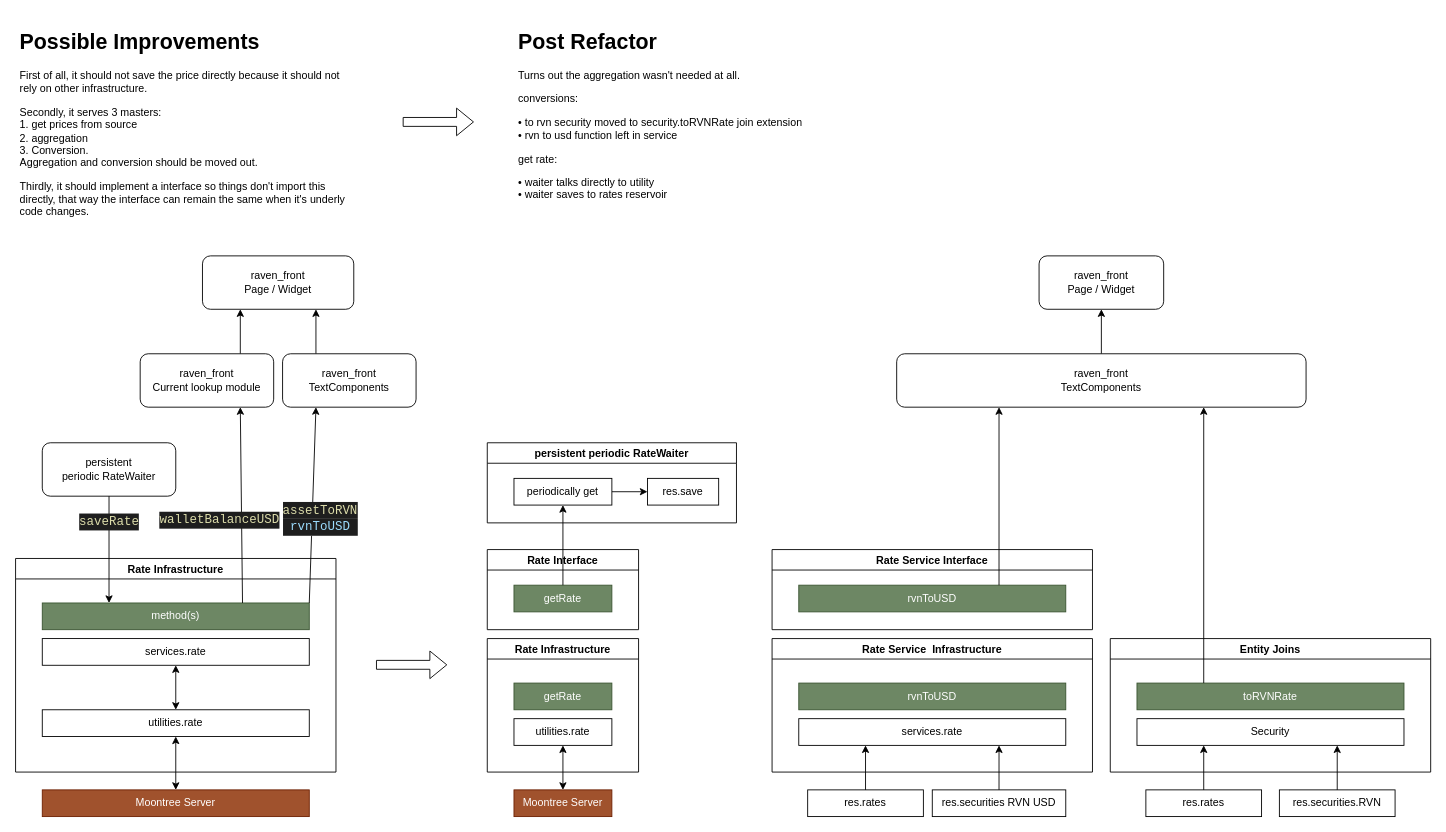
This is raven_back/docs/diagrams/architecture/interface upgrade proposal.drawio from moontreeapp/moontree, a draw.io file, before an edit. Source tidied: cells renumbered, new cells numbered last; positions are measured from the earlier drawing's top-left corner, leaving out a move shared by most shapes. Both pictures are drawn from the tidied source at 89%, with x=0, y=0 at pixel (15, 24).
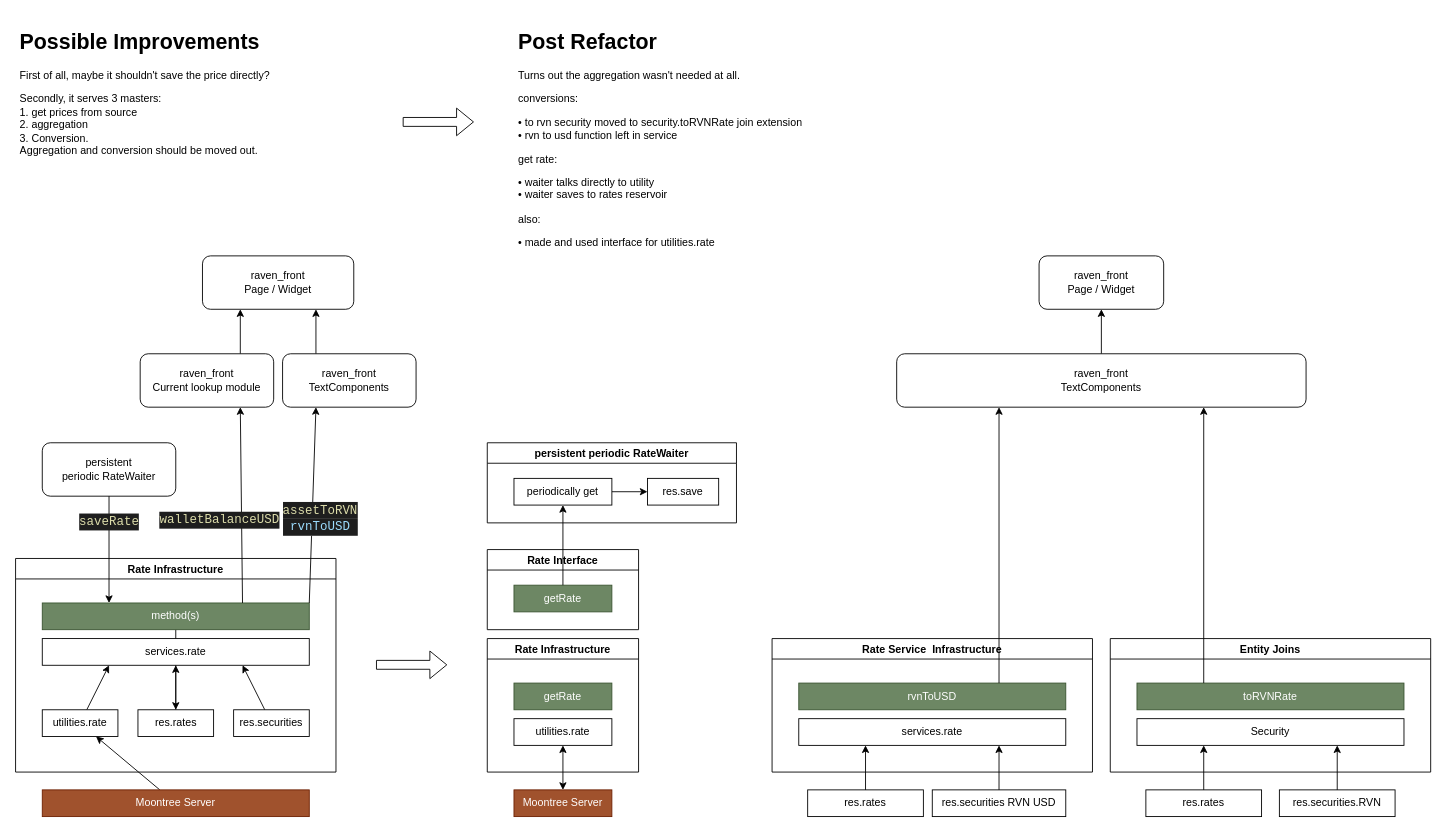
Above is the later version.

Unchanged cells that the change refers to:
```xml
<mxCell id="2" value="Rate Infrastructure" style="swimlane;" parent="1" vertex="1">
  <mxGeometry y="600" width="360" height="240" as="geometry" />
</mxCell>
<mxCell id="3" value="method(s)" style="rounded=0;whiteSpace=wrap;html=1;fillColor=#6d8764;fontColor=#ffffff;strokeColor=#3A5431;" parent="2" vertex="1">
  <mxGeometry x="30" y="50" width="300" height="30" as="geometry" />
</mxCell>
<mxCell id="4" value="services.rate" style="rounded=0;whiteSpace=wrap;html=1;" parent="2" vertex="1">
  <mxGeometry x="30" y="90" width="300" height="30" as="geometry" />
</mxCell>
<mxCell id="7" value="Moontree Server" style="rounded=0;whiteSpace=wrap;html=1;fillColor=#a0522d;fontColor=#ffffff;strokeColor=#6D1F00;" parent="1" vertex="1">
  <mxGeometry x="30" y="860" width="300" height="30" as="geometry" />
</mxCell>
<mxCell id="37" value="raven_front&lt;br&gt;TextComponents" style="rounded=1;whiteSpace=wrap;html=1;" parent="1" vertex="1">
  <mxGeometry x="990" y="370" width="460" height="60" as="geometry" />
</mxCell>
<mxCell id="40" value="rvnToUSD" style="rounded=0;whiteSpace=wrap;html=1;fillColor=#6d8764;fontColor=#ffffff;strokeColor=#3A5431;" parent="39" vertex="1">
  <mxGeometry x="30" y="50" width="300" height="30" as="geometry" />
</mxCell>
```

Change to the diagram source:
```diff
@@
+    <mxCell id="60" style="edgeStyle=none;html=1;" parent="2" edge="1" source="3" target="62">
+      <mxGeometry relative="1" as="geometry" />
+    </mxCell>
@@
-    <mxCell id="5" style="edgeStyle=none;html=1;entryX=0.5;entryY=1;entryDx=0;entryDy=0;startArrow=classic;startFill=1;" parent="2" edge="1" source="6" target="4">
+    <mxCell id="5" style="edgeStyle=none;html=1;entryX=0.25;entryY=1;entryDx=0;entryDy=0;" parent="2" edge="1" source="6" target="4">
       <mxGeometry relative="1" as="geometry" />
     </mxCell>
     <mxCell id="6" value="utilities.rate" style="rounded=0;whiteSpace=wrap;html=1;" parent="2" vertex="1">
-      <mxGeometry x="30" y="170" width="300" height="30" as="geometry" />
+      <mxGeometry x="30" y="170" width="85" height="30" as="geometry" />
     </mxCell>
+    <mxCell id="61" style="edgeStyle=none;html=1;entryX=0.5;entryY=1;entryDx=0;entryDy=0;" parent="2" edge="1" source="62" target="4">
+      <mxGeometry relative="1" as="geometry" />
+    </mxCell>
+    <mxCell id="62" value="res.rates" style="rounded=0;whiteSpace=wrap;html=1;" parent="2" vertex="1">
+      <mxGeometry x="137.5" y="170" width="85" height="30" as="geometry" />
+    </mxCell>
+    <mxCell id="63" style="edgeStyle=none;html=1;entryX=0.75;entryY=1;entryDx=0;entryDy=0;" parent="2" edge="1" source="64" target="4">
+      <mxGeometry relative="1" as="geometry" />
+    </mxCell>
+    <mxCell id="64" value="res.securities" style="rounded=0;whiteSpace=wrap;html=1;" parent="2" vertex="1">
+      <mxGeometry x="245" y="170" width="85" height="30" as="geometry" />
+    </mxCell>
+    <mxCell id="65" style="edgeStyle=none;html=1;" parent="1" edge="1" source="7" target="6">
+      <mxGeometry relative="1" as="geometry" />
+    </mxCell>
@@
-    <mxCell id="8" style="edgeStyle=none;html=1;startArrow=classic;startFill=1;" parent="1" edge="1" source="6" target="7">
-      <mxGeometry relative="1" as="geometry" />
-    </mxCell>
@@
-    <mxCell id="22" value="&lt;h1&gt;Possible Improvements&lt;/h1&gt;&lt;p&gt;First of all, it should not save the price directly because it should not rely on other infrastructure.&amp;nbsp;&lt;/p&gt;&lt;p&gt;&lt;span&gt;Secondly, it serves 3 masters: &lt;br&gt;1. get prices from source &lt;br&gt;2. aggregation &lt;br&gt;3. Conversion.&lt;br&gt;Aggregation and conversion should be moved out.&lt;/span&gt;&lt;br&gt;&lt;/p&gt;&lt;p&gt;Thirdly, it should implement a interface so things don't import this directly, that way the interface can remain the same when it's underly code changes.&lt;br&gt;&lt;/p&gt;" style="text;html=1;strokeColor=none;fillColor=none;spacing=5;spacingTop=-20;whiteSpace=wrap;overflow=hidden;rounded=0;" parent="1" vertex="1">
+    <mxCell id="22" value="&lt;h1&gt;Possible Improvements&lt;/h1&gt;&lt;p&gt;First of all, maybe it shouldn't save the price directly?&amp;nbsp;&lt;/p&gt;&lt;p&gt;&lt;span&gt;Secondly, it serves 3 masters: &lt;br&gt;1. get prices from source &lt;br&gt;2. aggregation &lt;br&gt;3. Conversion.&lt;br&gt;Aggregation and conversion should be moved out.&lt;/span&gt;&lt;br&gt;&lt;/p&gt;&lt;p&gt;&lt;br&gt;&lt;/p&gt;" style="text;html=1;strokeColor=none;fillColor=none;spacing=5;spacingTop=-20;whiteSpace=wrap;overflow=hidden;rounded=0;" parent="1" vertex="1">
       <mxGeometry width="390" height="230" as="geometry" />
     </mxCell>
@@
-    <mxCell id="29" value="Rate Service Interface" style="swimlane;" parent="1" vertex="1">
-      <mxGeometry x="850" y="590" width="360" height="90" as="geometry" />
-    </mxCell>
-    <mxCell id="30" value="rvnToUSD" style="rounded=0;whiteSpace=wrap;html=1;fillColor=#6d8764;fontColor=#ffffff;strokeColor=#3A5431;" parent="29" vertex="1">
-      <mxGeometry x="30" y="40" width="300" height="30" as="geometry" />
-    </mxCell>
@@
-    <mxCell id="42" style="edgeStyle=none;html=1;entryX=0.25;entryY=1;entryDx=0;entryDy=0;exitX=0.75;exitY=0;exitDx=0;exitDy=0;" parent="1" edge="1" source="30" target="37">
+    <mxCell id="42" style="edgeStyle=none;html=1;entryX=0.25;entryY=1;entryDx=0;entryDy=0;exitX=0.75;exitY=0;exitDx=0;exitDy=0;" parent="1" edge="1" source="40" target="37">
       <mxGeometry relative="1" as="geometry" />
     </mxCell>
@@
-    <mxCell id="58" value="&lt;h1&gt;Post Refactor&lt;/h1&gt;&lt;p&gt;&lt;span&gt;Turns out the aggregation wasn't needed at all.&lt;/span&gt;&lt;br&gt;&lt;/p&gt;&lt;p&gt;&lt;span&gt;conversions:&lt;/span&gt;&lt;/p&gt;&lt;p&gt;• to rvn security moved to security.toRVNRate join extension&lt;br&gt;•&amp;nbsp;&lt;span&gt;rvn to usd function left in service&lt;/span&gt;&lt;/p&gt;&lt;p&gt;&lt;span&gt;get rate:&lt;/span&gt;&lt;/p&gt;&lt;p&gt;&lt;span&gt;• waiter talks directly to utility&lt;br&gt;• waiter saves to rates reservoir&lt;/span&gt;&lt;/p&gt;" style="text;html=1;strokeColor=none;fillColor=none;spacing=5;spacingTop=-20;whiteSpace=wrap;overflow=hidden;rounded=0;" parent="1" vertex="1">
-      <mxGeometry x="560" width="894" height="220" as="geometry" />
+    <mxCell id="58" value="&lt;h1&gt;Post Refactor&lt;/h1&gt;&lt;p&gt;&lt;span&gt;Turns out the aggregation wasn't needed at all.&lt;/span&gt;&lt;br&gt;&lt;/p&gt;&lt;p&gt;&lt;span&gt;conversions:&lt;/span&gt;&lt;/p&gt;&lt;p&gt;• to rvn security moved to security.toRVNRate join extension&lt;br&gt;•&amp;nbsp;&lt;span&gt;rvn to usd function left in service&lt;/span&gt;&lt;/p&gt;&lt;p&gt;&lt;span&gt;get rate:&lt;/span&gt;&lt;/p&gt;&lt;p&gt;&lt;span&gt;• waiter talks directly to utility&lt;br&gt;• waiter saves to rates reservoir&lt;/span&gt;&lt;/p&gt;&lt;p&gt;&lt;span&gt;also:&lt;/span&gt;&lt;/p&gt;&lt;p&gt;&lt;span&gt;• made and used interface for utilities.rate&lt;/span&gt;&lt;/p&gt;" style="text;html=1;strokeColor=none;fillColor=none;spacing=5;spacingTop=-20;whiteSpace=wrap;overflow=hidden;rounded=0;" parent="1" vertex="1">
+      <mxGeometry x="560" width="397" height="285" as="geometry" />
     </mxCell>
```
